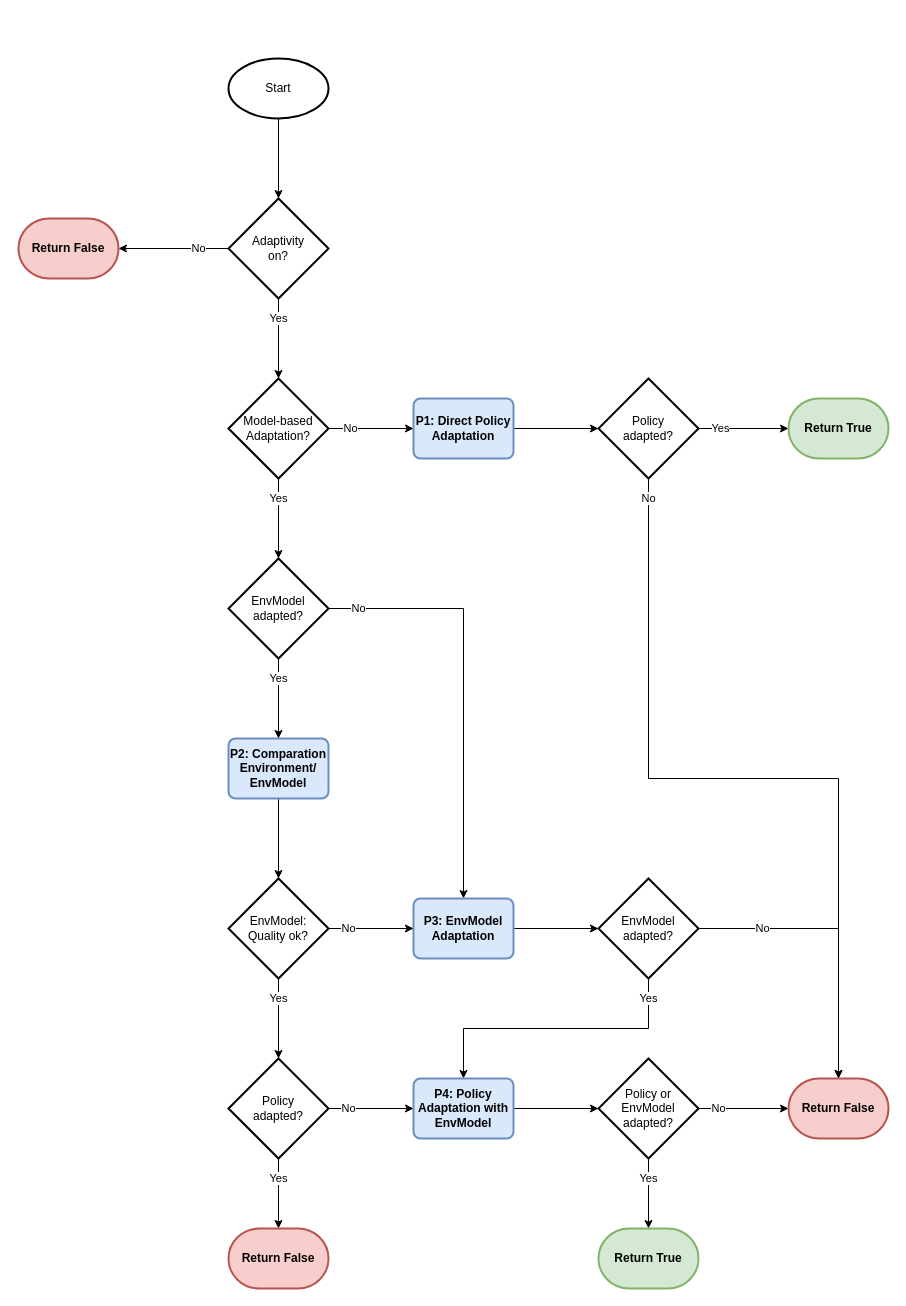
This is doc/rl/flowchart agent-adapt.drawio from fhswf/MLPro, a draw.io file, before an edit. Source tidied: cells renumbered, new cells numbered last; positions are measured from the earlier drawing's top-left corner, leaving out a move shared by most shapes. Both pictures are drawn from the tidied source at 100%, with x=0, y=0 at pixel (18, 58).
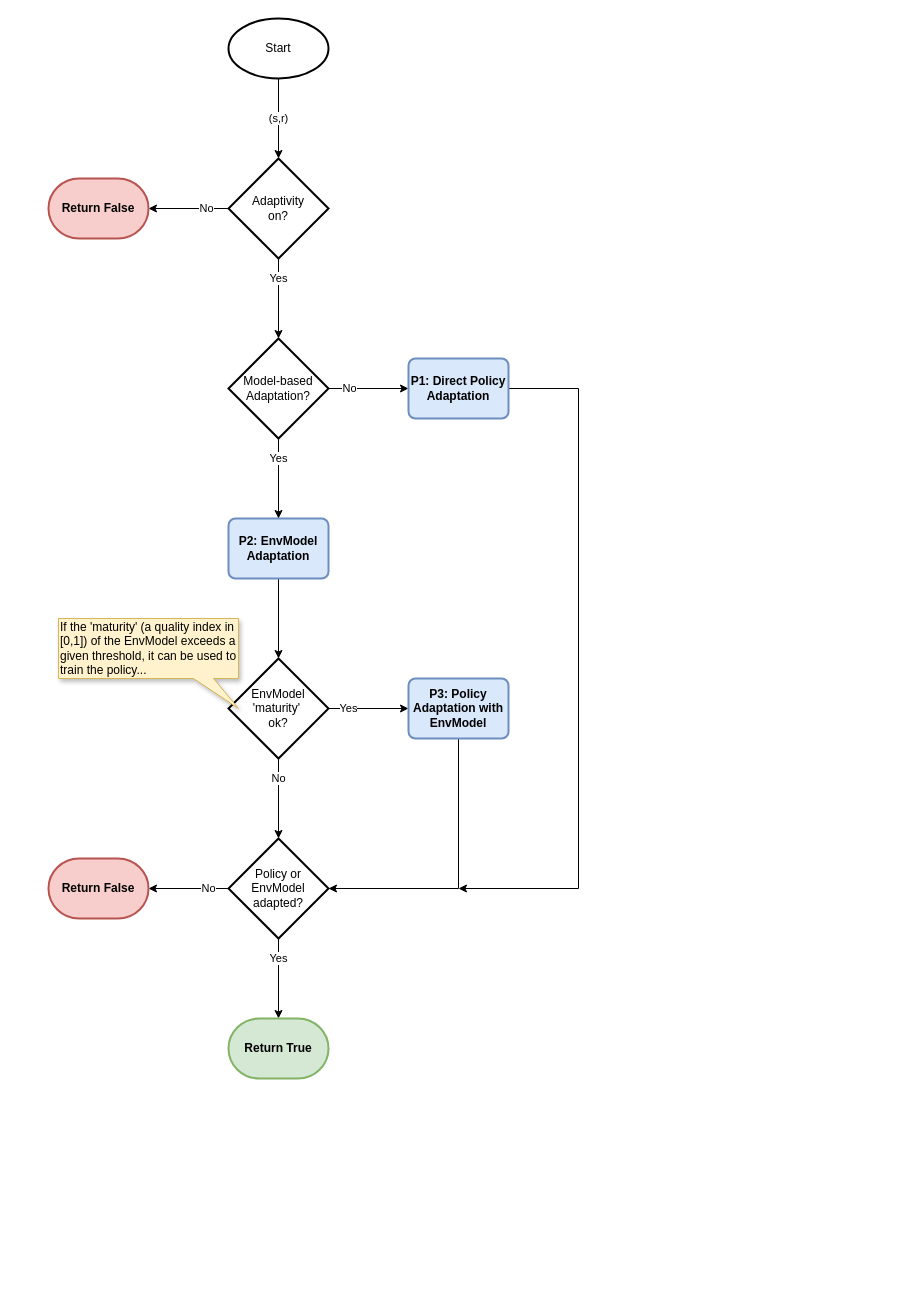
Above is the later version.

Diff of the diagram source:
```diff
@@
-    <mxCell id="2" style="edgeStyle=orthogonalEdgeStyle;rounded=0;jettySize=auto;html=1;" parent="1" edge="1" source="3" target="6">
+    <mxCell id="2" value="(s,r)" style="edgeStyle=orthogonalEdgeStyle;rounded=0;jettySize=auto;html=1;" parent="1" edge="1" source="3" target="6">
       <mxGeometry relative="1" as="geometry" />
     </mxCell>
     <mxCell id="3" value="Start" style="strokeWidth=2;html=1;shape=mxgraph.flowchart.start_1;whiteSpace=wrap;" parent="1" vertex="1">
-      <mxGeometry x="210" width="100" height="60" as="geometry" />
+      <mxGeometry x="210" y="-40" width="100" height="60" as="geometry" />
     </mxCell>
@@
     <mxCell id="5" value="Yes" style="edgeStyle=orthogonalEdgeStyle;rounded=0;jettySize=auto;html=1;" parent="1" edge="1" source="6" target="33">
       <mxGeometry x="-0.5" relative="1" as="geometry">
         <Array as="points">
-          <mxPoint x="260" y="240" />
-          <mxPoint x="260" y="240" />
+          <mxPoint x="260" y="200" />
+          <mxPoint x="260" y="200" />
         </Array>
       </mxGeometry>
     </mxCell>
     <mxCell id="6" value="Adaptivity&lt;br&gt;on?" style="strokeWidth=2;html=1;shape=mxgraph.flowchart.decision;whiteSpace=wrap;" parent="1" vertex="1">
-      <mxGeometry x="210" y="140" width="100" height="100" as="geometry" />
+      <mxGeometry x="210" y="100" width="100" height="100" as="geometry" />
     </mxCell>
     <mxCell id="7" value="Return False" style="strokeWidth=2;html=1;shape=mxgraph.flowchart.terminator;whiteSpace=wrap;fillColor=#f8cecc;strokeColor=#b85450;fontStyle=1;" parent="1" vertex="1">
-      <mxGeometry y="160" width="100" height="60" as="geometry" />
+      <mxGeometry x="30" y="120" width="100" height="60" as="geometry" />
     </mxCell>
-    <mxCell id="8" style="edgeStyle=orthogonalEdgeStyle;rounded=0;jettySize=auto;html=1;" parent="1" edge="1" source="9" target="30">
-      <mxGeometry relative="1" as="geometry" />
-    </mxCell>
-    <mxCell id="9" value="P2: Comparation&lt;br&gt;Environment/&lt;br&gt;EnvModel" style="rounded=1;whiteSpace=wrap;html=1;absoluteArcSize=1;arcSize=14;strokeWidth=2;fillColor=#dae8fc;strokeColor=#6c8ebf;fontStyle=1;" parent="1" vertex="1">
-      <mxGeometry x="210" y="680" width="100" height="60" as="geometry" />
-    </mxCell>
-    <mxCell id="10" value="No" style="edgeStyle=orthogonalEdgeStyle;rounded=0;jettySize=auto;html=1;entryX=0.5;entryY=0;entryDx=0;entryDy=0;" parent="1" edge="1" source="12" target="20">
-      <mxGeometry x="-0.86" relative="1" as="geometry" />
-    </mxCell>
-    <mxCell id="11" value="Yes" style="edgeStyle=orthogonalEdgeStyle;rounded=0;jettySize=auto;html=1;" parent="1" edge="1" source="12" target="9">
-      <mxGeometry x="-0.5" relative="1" as="geometry" />
-    </mxCell>
-    <mxCell id="12" value="EnvModel&lt;br&gt;adapted?" style="strokeWidth=2;html=1;shape=mxgraph.flowchart.decision;whiteSpace=wrap;" parent="1" vertex="1">
-      <mxGeometry x="210" y="500" width="100" height="100" as="geometry" />
-    </mxCell>
-    <mxCell id="13" value="No" style="edgeStyle=orthogonalEdgeStyle;rounded=0;jettySize=auto;html=1;" parent="1" edge="1" source="15" target="22">
-      <mxGeometry x="-0.53" relative="1" as="geometry" />
-    </mxCell>
-    <mxCell id="14" value="Yes" style="edgeStyle=orthogonalEdgeStyle;rounded=0;jettySize=auto;html=1;" parent="1" edge="1" source="15">
-      <mxGeometry x="-0.43" relative="1" as="geometry">
-        <mxPoint x="260" y="1170" as="targetPoint" />
-        <Array as="points">
-          <mxPoint x="260" y="1130" />
-          <mxPoint x="260" y="1130" />
-        </Array>
-      </mxGeometry>
-    </mxCell>
-    <mxCell id="15" value="Policy&lt;br&gt;adapted?" style="strokeWidth=2;html=1;shape=mxgraph.flowchart.decision;whiteSpace=wrap;" parent="1" vertex="1">
-      <mxGeometry x="210" y="1000" width="100" height="100" as="geometry" />
-    </mxCell>
-    <mxCell id="16" value="No" style="edgeStyle=orthogonalEdgeStyle;rounded=0;jettySize=auto;html=1;entryX=0.5;entryY=0;entryDx=0;entryDy=0;entryPerimeter=0;" parent="1" edge="1" source="18" target="27">
-      <mxGeometry x="-0.56" relative="1" as="geometry" />
-    </mxCell>
-    <mxCell id="17" value="Yes" style="edgeStyle=orthogonalEdgeStyle;rounded=0;jettySize=auto;html=1;entryX=0.5;entryY=0;entryDx=0;entryDy=0;" parent="1" edge="1" source="18" target="22">
-      <mxGeometry x="-0.86" relative="1" as="geometry">
-        <Array as="points">
-          <mxPoint x="630" y="970" />
-          <mxPoint x="445" y="970" />
-        </Array>
-      </mxGeometry>
+    <mxCell id="17" value="Yes" style="edgeStyle=orthogonalEdgeStyle;rounded=0;jettySize=auto;html=1;" parent="1" edge="1" source="18" target="22">
+      <mxGeometry x="-0.5" relative="1" as="geometry" />
     </mxCell>
+    <mxCell id="41" value="No" style="edgeStyle=orthogonalEdgeStyle;rounded=0;jettySize=auto;html=1;" parent="1" edge="1" source="18" target="25">
+      <mxGeometry x="-0.5" relative="1" as="geometry" />
+    </mxCell>
-    <mxCell id="18" value="EnvModel&lt;br&gt;adapted?" style="strokeWidth=2;html=1;shape=mxgraph.flowchart.decision;whiteSpace=wrap;" parent="1" vertex="1">
-      <mxGeometry x="580" y="820" width="100" height="100" as="geometry" />
+    <mxCell id="18" value="EnvModel&lt;br&gt;'maturity'&amp;nbsp;&lt;br&gt;ok?" style="strokeWidth=2;html=1;shape=mxgraph.flowchart.decision;whiteSpace=wrap;" parent="1" vertex="1">
+      <mxGeometry x="210" y="600" width="100" height="100" as="geometry" />
     </mxCell>
@@
-    <mxCell id="20" value="P3: EnvModel&lt;br&gt;Adaptation" style="rounded=1;whiteSpace=wrap;html=1;absoluteArcSize=1;arcSize=14;strokeWidth=2;fillColor=#dae8fc;strokeColor=#6c8ebf;fontStyle=1;" parent="1" vertex="1">
-      <mxGeometry x="395" y="840" width="100" height="60" as="geometry" />
+    <mxCell id="20" value="P2: EnvModel&lt;br&gt;Adaptation" style="rounded=1;whiteSpace=wrap;html=1;absoluteArcSize=1;arcSize=14;strokeWidth=2;fillColor=#dae8fc;strokeColor=#6c8ebf;fontStyle=1;" parent="1" vertex="1">
+      <mxGeometry x="210" y="460" width="100" height="60" as="geometry" />
     </mxCell>
-    <mxCell id="21" style="edgeStyle=orthogonalEdgeStyle;rounded=0;jettySize=auto;html=1;" parent="1" edge="1" source="22" target="25">
-      <mxGeometry relative="1" as="geometry" />
+    <mxCell id="21" style="edgeStyle=orthogonalEdgeStyle;rounded=0;jettySize=auto;html=1;entryX=1;entryY=0.5;entryDx=0;entryDy=0;entryPerimeter=0;" parent="1" edge="1" source="22" target="25">
+      <mxGeometry relative="1" as="geometry">
+        <Array as="points">
+          <mxPoint x="440" y="830" />
+        </Array>
+      </mxGeometry>
     </mxCell>
-    <mxCell id="22" value="P4: Policy Adaptation with EnvModel" style="rounded=1;whiteSpace=wrap;html=1;absoluteArcSize=1;arcSize=14;strokeWidth=2;fontStyle=1;fillColor=#dae8fc;strokeColor=#6c8ebf;" parent="1" vertex="1">
-      <mxGeometry x="395" y="1020" width="100" height="60" as="geometry" />
+    <mxCell id="22" value="P3: Policy Adaptation with EnvModel" style="rounded=1;whiteSpace=wrap;html=1;absoluteArcSize=1;arcSize=14;strokeWidth=2;fontStyle=1;fillColor=#dae8fc;strokeColor=#6c8ebf;" parent="1" vertex="1">
+      <mxGeometry x="390" y="620" width="100" height="60" as="geometry" />
     </mxCell>
-    <mxCell id="23" value="No" style="edgeStyle=orthogonalEdgeStyle;rounded=0;jettySize=auto;html=1;" parent="1" edge="1" source="25" target="27">
-      <mxGeometry x="-0.56" relative="1" as="geometry" />
-    </mxCell>
     <mxCell id="24" value="Yes" style="edgeStyle=orthogonalEdgeStyle;rounded=0;jettySize=auto;html=1;" parent="1" edge="1" source="25" target="26">
-      <mxGeometry x="-0.43" relative="1" as="geometry">
-        <Array as="points">
-          <mxPoint x="630" y="1120" />
-          <mxPoint x="630" y="1120" />
-        </Array>
-      </mxGeometry>
+      <mxGeometry x="-0.5" relative="1" as="geometry" />
     </mxCell>
+    <mxCell id="42" value="No" style="edgeStyle=orthogonalEdgeStyle;rounded=0;jettySize=auto;html=1;" parent="1" edge="1" source="25" target="34">
+      <mxGeometry x="-0.5" relative="1" as="geometry" />
+    </mxCell>
     <mxCell id="25" value="Policy or EnvModel&lt;br&gt;adapted?" style="strokeWidth=2;html=1;shape=mxgraph.flowchart.decision;whiteSpace=wrap;" parent="1" vertex="1">
-      <mxGeometry x="580" y="1000" width="100" height="100" as="geometry" />
+      <mxGeometry x="210" y="780" width="100" height="100" as="geometry" />
     </mxCell>
     <mxCell id="26" value="Return True" style="strokeWidth=2;html=1;shape=mxgraph.flowchart.terminator;whiteSpace=wrap;strokeColor=#82b366;fillColor=#d5e8d4;fontStyle=1;" parent="1" vertex="1">
-      <mxGeometry x="580" y="1170" width="100" height="60" as="geometry" />
+      <mxGeometry x="210" y="960" width="100" height="60" as="geometry" />
     </mxCell>
-    <mxCell id="27" value="Return False" style="strokeWidth=2;html=1;shape=mxgraph.flowchart.terminator;whiteSpace=wrap;fillColor=#f8cecc;strokeColor=#b85450;fontStyle=1;" parent="1" vertex="1">
-      <mxGeometry x="770" y="1020" width="100" height="60" as="geometry" />
-    </mxCell>
-    <mxCell id="28" value="Yes" style="edgeStyle=orthogonalEdgeStyle;rounded=0;jettySize=auto;html=1;" parent="1" edge="1" source="30" target="15">
-      <mxGeometry x="-0.5" relative="1" as="geometry" />
-    </mxCell>
-    <mxCell id="29" value="No" style="edgeStyle=orthogonalEdgeStyle;rounded=0;jettySize=auto;html=1;" parent="1" edge="1" source="30" target="20">
-      <mxGeometry x="-0.53" relative="1" as="geometry" />
-    </mxCell>
-    <mxCell id="30" value="EnvModel:&lt;br&gt;Quality ok?" style="strokeWidth=2;html=1;shape=mxgraph.flowchart.decision;whiteSpace=wrap;" parent="1" vertex="1">
-      <mxGeometry x="210" y="820" width="100" height="100" as="geometry" />
-    </mxCell>
-    <mxCell id="31" value="Yes" style="edgeStyle=orthogonalEdgeStyle;rounded=0;jettySize=auto;html=1;exitX=0.5;exitY=1;exitDx=0;exitDy=0;exitPerimeter=0;" parent="1" edge="1" source="33" target="12">
+    <mxCell id="31" value="Yes" style="edgeStyle=orthogonalEdgeStyle;rounded=0;jettySize=auto;html=1;exitX=0.5;exitY=1;exitDx=0;exitDy=0;exitPerimeter=0;entryX=0.5;entryY=0;entryDx=0;entryDy=0;" parent="1" edge="1" source="33" target="20">
       <mxGeometry x="-0.5" relative="1" as="geometry" />
     </mxCell>
@@
     <mxCell id="33" value="Model-based&lt;br&gt;Adaptation?" style="strokeWidth=2;html=1;shape=mxgraph.flowchart.decision;whiteSpace=wrap;" parent="1" vertex="1">
-      <mxGeometry x="210" y="320" width="100" height="100" as="geometry" />
+      <mxGeometry x="210" y="280" width="100" height="100" as="geometry" />
     </mxCell>
     <mxCell id="34" value="Return False" style="strokeWidth=2;html=1;shape=mxgraph.flowchart.terminator;whiteSpace=wrap;fillColor=#f8cecc;strokeColor=#b85450;fontStyle=1;" parent="1" vertex="1">
-      <mxGeometry x="210" y="1170" width="100" height="60" as="geometry" />
+      <mxGeometry x="30" y="800" width="100" height="60" as="geometry" />
     </mxCell>
-    <mxCell id="35" style="edgeStyle=orthogonalEdgeStyle;rounded=0;jettySize=auto;html=1;" parent="1" edge="1" source="36" target="39">
-      <mxGeometry relative="1" as="geometry" />
+    <mxCell id="35" style="edgeStyle=orthogonalEdgeStyle;rounded=0;jettySize=auto;html=1;exitX=1;exitY=0.5;exitDx=0;exitDy=0;" parent="1" edge="1" source="36">
+      <mxGeometry relative="1" as="geometry">
+        <mxPoint x="440" y="830" as="targetPoint" />
+        <Array as="points">
+          <mxPoint x="560" y="330" />
+          <mxPoint x="560" y="830" />
+        </Array>
+      </mxGeometry>
     </mxCell>
     <mxCell id="36" value="P1: Direct Policy Adaptation" style="rounded=1;whiteSpace=wrap;html=1;absoluteArcSize=1;arcSize=14;strokeWidth=2;fontStyle=1;fillColor=#dae8fc;strokeColor=#6c8ebf;" parent="1" vertex="1">
-      <mxGeometry x="395" y="340" width="100" height="60" as="geometry" />
+      <mxGeometry x="390" y="300" width="100" height="60" as="geometry" />
     </mxCell>
-    <mxCell id="37" value="Yes" style="edgeStyle=orthogonalEdgeStyle;rounded=0;jettySize=auto;html=1;" parent="1" edge="1" source="39" target="40">
-      <mxGeometry x="-0.51" relative="1" as="geometry" />
-    </mxCell>
-    <mxCell id="38" value="No" style="edgeStyle=orthogonalEdgeStyle;rounded=0;jettySize=auto;html=1;entryX=0.5;entryY=0;entryDx=0;entryDy=0;entryPerimeter=0;exitX=0.5;exitY=1;exitDx=0;exitDy=0;exitPerimeter=0;" parent="1" edge="1" source="39" target="27">
-      <mxGeometry x="-0.95" relative="1" as="geometry" />
-    </mxCell>
-    <mxCell id="39" value="Policy &lt;br&gt;adapted?" style="strokeWidth=2;html=1;shape=mxgraph.flowchart.decision;whiteSpace=wrap;" parent="1" vertex="1">
-      <mxGeometry x="580" y="320" width="100" height="100" as="geometry" />
-    </mxCell>
-    <mxCell id="40" value="Return True" style="strokeWidth=2;html=1;shape=mxgraph.flowchart.terminator;whiteSpace=wrap;strokeColor=#82b366;fillColor=#d5e8d4;fontStyle=1;" parent="1" vertex="1">
-      <mxGeometry x="770" y="340" width="100" height="60" as="geometry" />
-    </mxCell>
+    <mxCell id="43" value="If the 'maturity' (a quality index in [0,1]) of the EnvModel exceeds a given threshold, it can be used to train the policy..." style="shape=callout;whiteSpace=wrap;html=1;perimeter=calloutPerimeter;size=30;position=0.75;base=20;position2=1;shadow=1;fillColor=#fff2cc;strokeColor=#d6b656;align=left;" parent="1" vertex="1">
+      <mxGeometry x="40" y="560" width="180" height="90" as="geometry" />
+    </mxCell>
```
